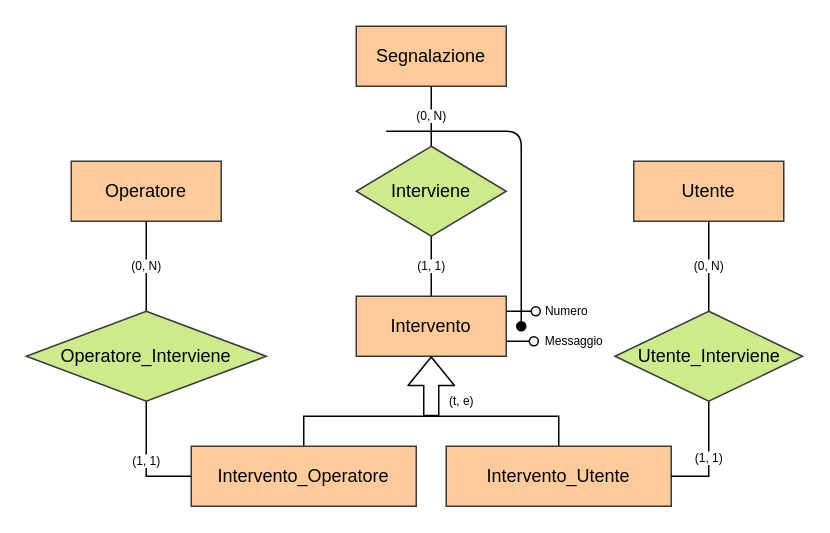
Above: page "Interventi" (7 of 10) of Concettuale/db.drawio in alemazzo/CloudStoreDB (draw.io), before the change. Source tidied: cells renumbered, new cells numbered last; positions are measured from the earlier drawing's top-left corner, leaving out a move shared by most shapes. Both pictures are drawn from the tidied source at 150%, with x=0, y=0 at pixel (26, 26).
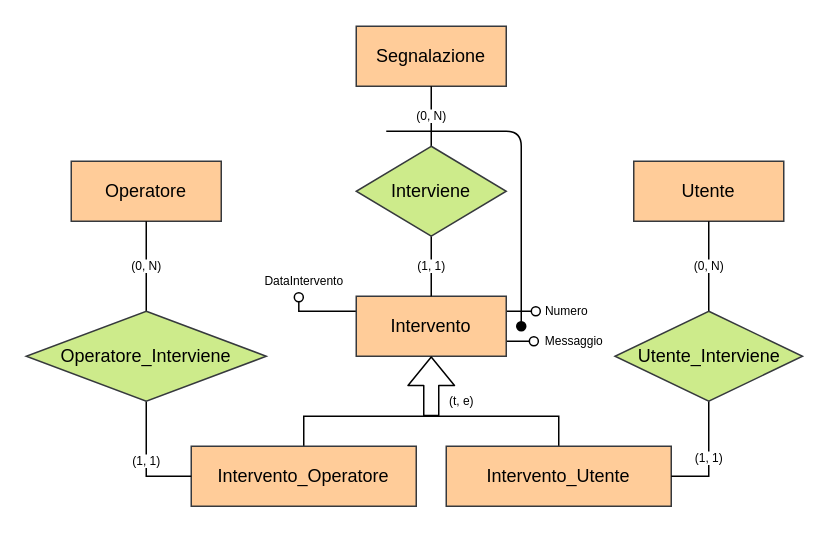
The same diagram, later.

Unchanged cells that the change refers to:
```xml
<mxCell id="4" value="Intervento" style="whiteSpace=wrap;html=1;align=center;fillColor=#ffcc99;strokeColor=#36393d;" parent="1" vertex="1">
  <mxGeometry x="220" y="180" width="100" height="40" as="geometry" />
</mxCell>
```

Change to the diagram source:
```diff
@@
+    <mxCell id="25" style="edgeStyle=orthogonalEdgeStyle;rounded=0;jettySize=auto;html=1;exitX=0;exitY=0.25;exitDx=0;exitDy=0;entryX=0.453;entryY=1.031;entryDx=0;entryDy=0;entryPerimeter=0;endArrow=oval;endFill=0;" parent="1" edge="1" source="4" target="26">
+      <mxGeometry relative="1" as="geometry" />
+    </mxCell>
@@
+    <mxCell id="26" value="DataIntervento" style="text;html=1;align=center;verticalAlign=middle;points=[];strokeColor=none;fontSize=8;" parent="1" vertex="1">
+      <mxGeometry x="150" y="160" width="70" height="20" as="geometry" />
+    </mxCell>
```
